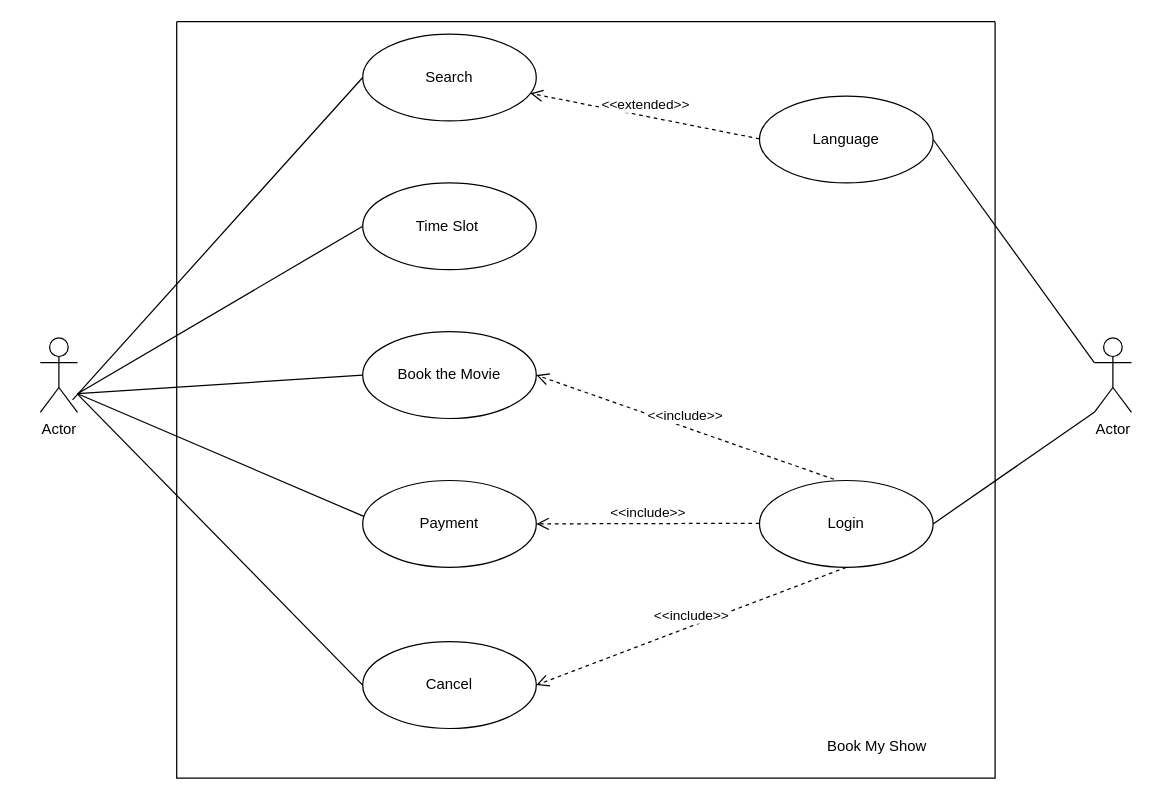
nikhilsoftwareboy/Draw.io keeps this draw.io diagram as BookMyShow.drawio. Above is the earlier version. Source tidied: cells renumbered, new cells numbered last; positions are measured from the earlier drawing's top-left corner, leaving out a move shared by most shapes. Both pictures are drawn from the tidied source at 124%, with x=0, y=0 at pixel (40, 21).
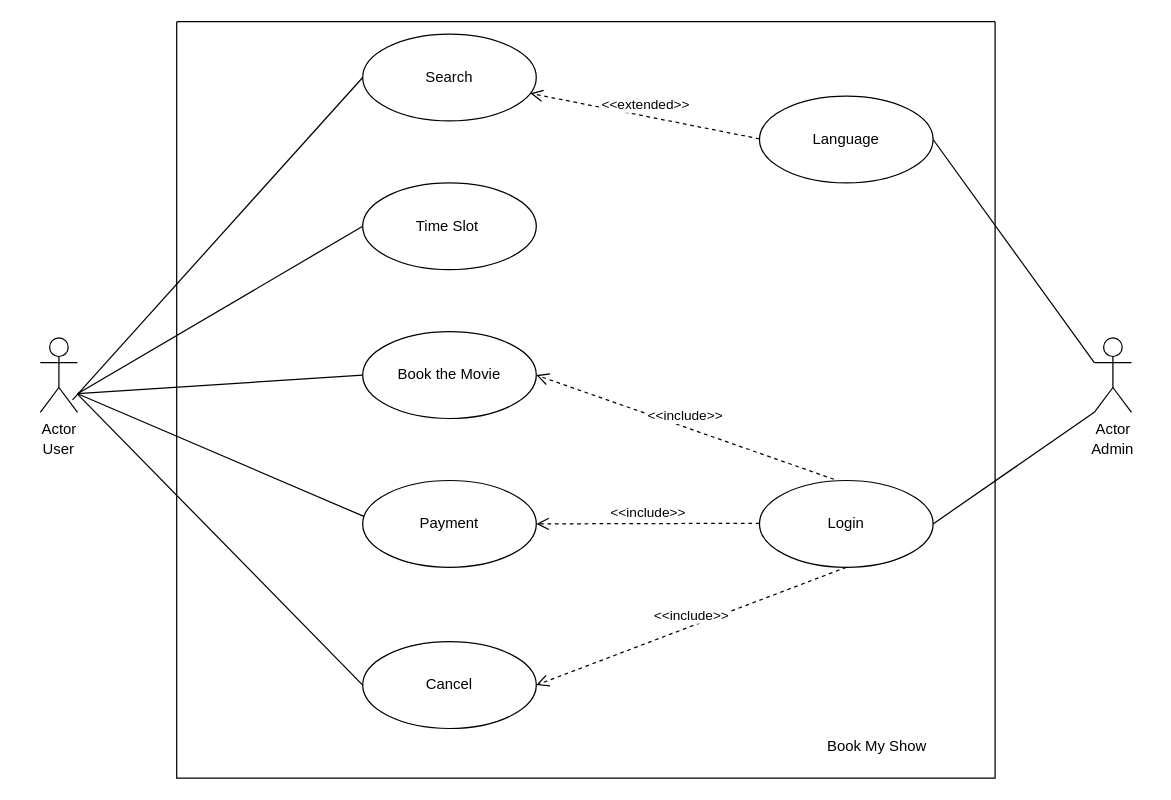
Above is the later version.

Change to the diagram source:
```diff
@@
+    <mxCell id="25" value="User" style="text;html=1;align=center;verticalAlign=middle;whiteSpace=wrap;rounded=0;" parent="1" vertex="1">
+      <mxGeometry x="-15" y="330" width="60" height="30" as="geometry" />
+    </mxCell>
+    <mxCell id="26" value="Admin" style="text;html=1;align=center;verticalAlign=middle;whiteSpace=wrap;rounded=0;" parent="1" vertex="1">
+      <mxGeometry x="835" y="330" width="60" height="30" as="geometry" />
+    </mxCell>
```
